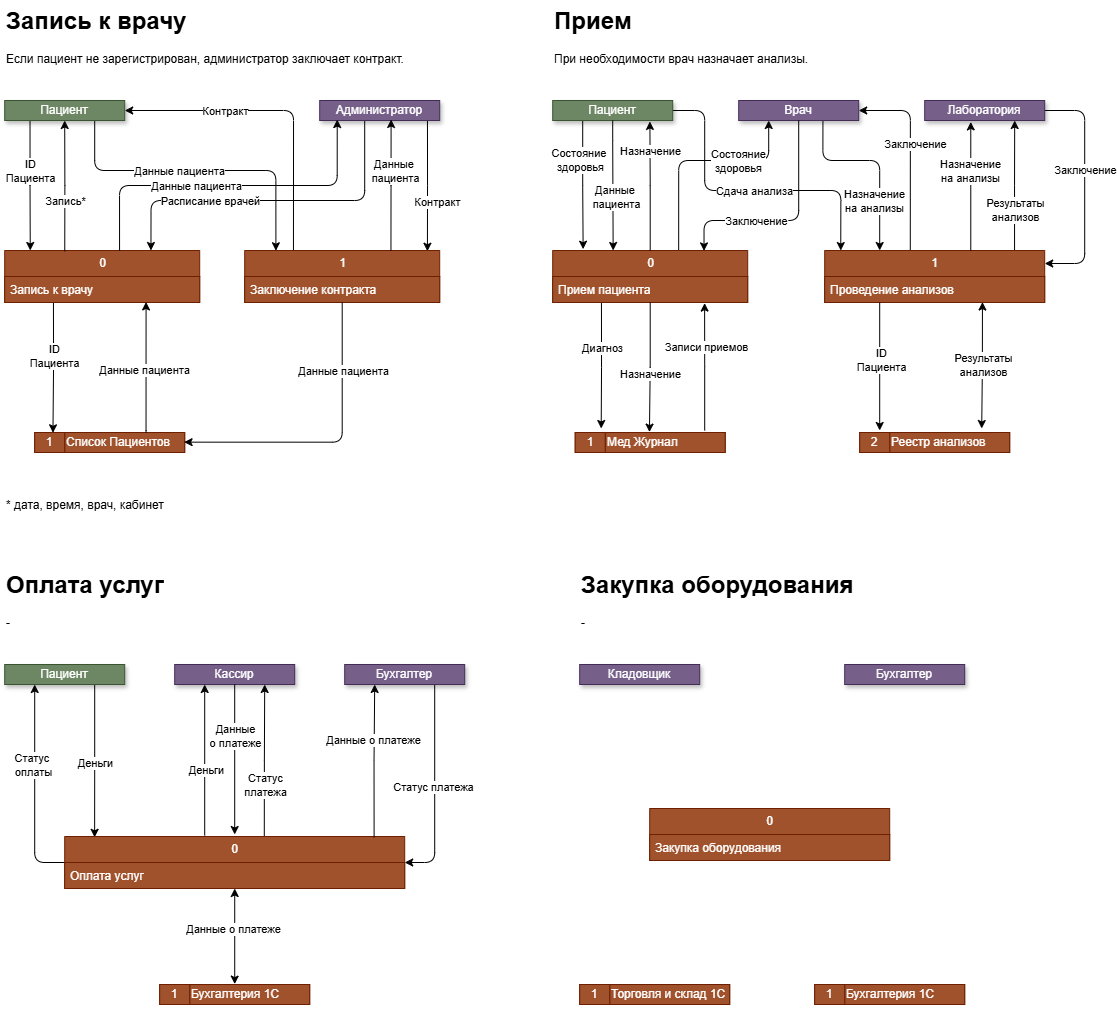
Before: Task1/Flow1.drawio.png, a diagram exported from draw.io (Alteracia/practicum_medikamente). Source tidied: cells renumbered, new cells last; positions are measured from the earlier drawing's top-left corner, leaving out a move shared by most shapes.
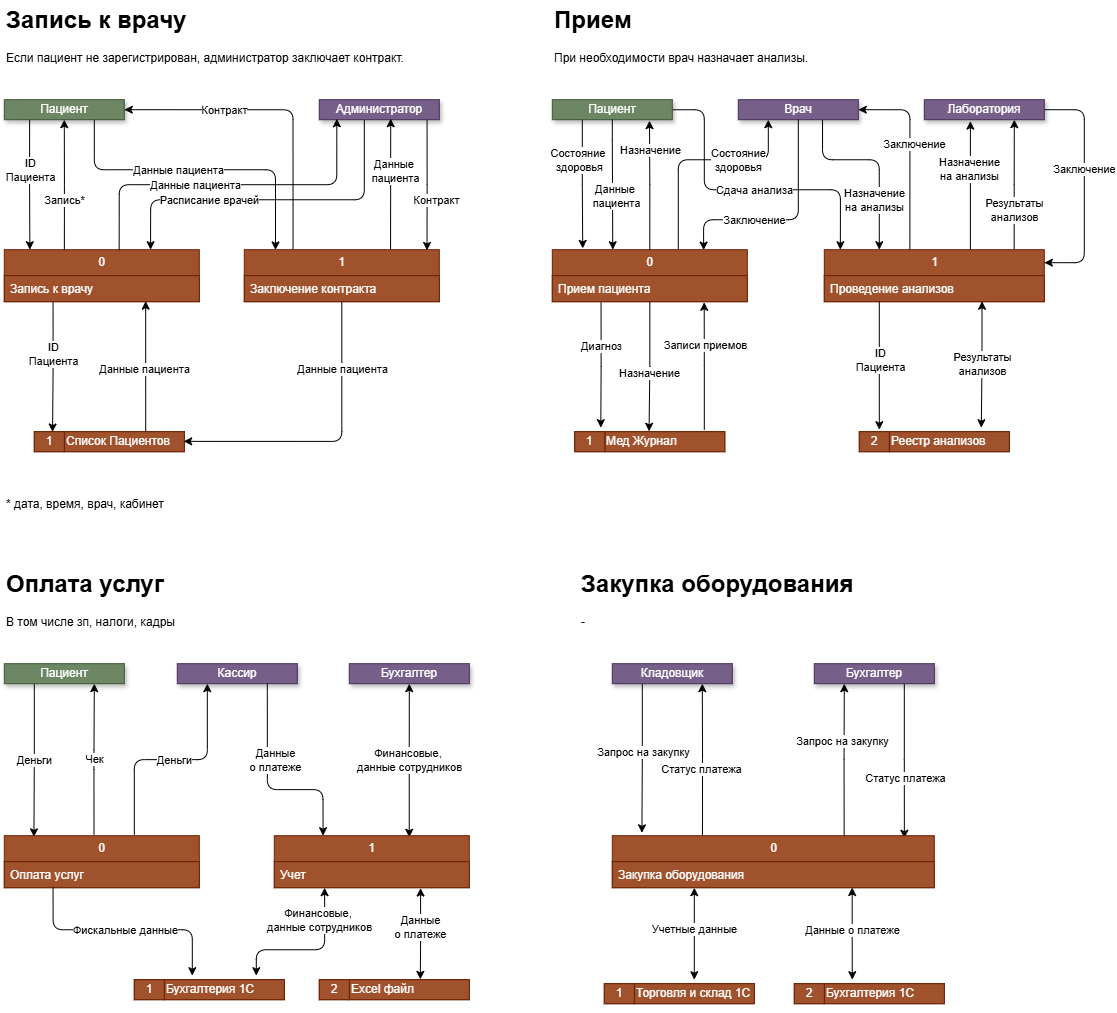
The same file after the commit.

The edit, as a diff of the source:
```diff
@@ -2,23 +2,37 @@
   <root>
     <mxCell id="0" />
     <mxCell id="1" parent="0" />
+    <mxCell id="117" style="edgeStyle=orthogonalEdgeStyle;rounded=0;jettySize=auto;html=1;exitX=0.75;exitY=1;exitDx=0;exitDy=0;entryX=0.907;entryY=0.049;entryDx=0;entryDy=0;entryPerimeter=0;" parent="1" edge="1" source="2" target="10">
+      <mxGeometry relative="1" as="geometry" />
+    </mxCell>
+    <mxCell id="118" value="Статус платежа" style="edgeLabel;html=1;align=center;verticalAlign=middle;" parent="117" vertex="1">
+      <mxGeometry x="-0.01" relative="1" as="geometry">
+        <mxPoint y="18" as="offset" />
+      </mxGeometry>
+    </mxCell>
     <mxCell id="2" value="Бухгалтер" style="rounded=0;whiteSpace=wrap;html=1;fillColor=#76608a;strokeColor=#432D57;fontColor=#ffffff;shadow=1;" parent="1" vertex="1">
-      <mxGeometry x="840" y="664" width="120" height="20" as="geometry" />
+      <mxGeometry x="810" y="664" width="120" height="20" as="geometry" />
     </mxCell>
+    <mxCell id="119" style="edgeStyle=orthogonalEdgeStyle;rounded=0;jettySize=auto;html=1;entryX=0.092;entryY=-0.055;entryDx=0;entryDy=0;exitX=0.25;exitY=1;exitDx=0;exitDy=0;entryPerimeter=0;" parent="1" edge="1" source="3" target="10">
+      <mxGeometry relative="1" as="geometry" />
+    </mxCell>
+    <mxCell id="120" value="Запрос на закупку" style="edgeLabel;html=1;align=center;verticalAlign=middle;" parent="119" vertex="1">
+      <mxGeometry x="-0.09" y="1" relative="1" as="geometry" />
+    </mxCell>
     <mxCell id="3" value="Кладовщик" style="rounded=0;whiteSpace=wrap;html=1;fillColor=#76608a;strokeColor=#432D57;fontColor=#ffffff;shadow=1;" parent="1" vertex="1">
-      <mxGeometry x="575" y="664" width="120" height="20" as="geometry" />
+      <mxGeometry x="608" y="664" width="120" height="20" as="geometry" />
     </mxCell>
     <mxCell id="4" style="group;fillColor=#a0522d;fontColor=#ffffff;strokeColor=#6D1F00;" parent="1" vertex="1">
-      <mxGeometry x="810" y="984" width="150" height="20" as="geometry" />
+      <mxGeometry x="790" y="984" width="150" height="20" as="geometry" />
     </mxCell>
     <mxCell id="5" value="&lt;p&gt;Бухгалтерия 1С&lt;/p&gt;" style="rounded=0;whiteSpace=wrap;html=1;fillColor=#a0522d;fontColor=#ffffff;strokeColor=#6D1F00;align=left;perimeterSpacing=4;" parent="4" vertex="1">
       <mxGeometry x="30" width="120" height="20" as="geometry" />
     </mxCell>
-    <mxCell id="6" value="1" style="rounded=0;whiteSpace=wrap;html=1;fillColor=#a0522d;fontColor=#ffffff;strokeColor=#6D1F00;" parent="4" vertex="1">
+    <mxCell id="6" value="2" style="rounded=0;whiteSpace=wrap;html=1;fillColor=#a0522d;fontColor=#ffffff;strokeColor=#6D1F00;" parent="4" vertex="1">
       <mxGeometry width="30" height="20" as="geometry" />
     </mxCell>
     <mxCell id="7" style="group;fillColor=#a0522d;fontColor=#ffffff;strokeColor=#6D1F00;" parent="1" vertex="1">
-      <mxGeometry x="575" y="984" width="150" height="20" as="geometry" />
+      <mxGeometry x="600" y="984" width="150" height="20" as="geometry" />
     </mxCell>
     <mxCell id="8" value="&lt;p&gt;Торговля и склад 1С&lt;/p&gt;" style="rounded=0;whiteSpace=wrap;html=1;fillColor=#a0522d;fontColor=#ffffff;strokeColor=#6D1F00;align=left;perimeterSpacing=4;" parent="7" vertex="1">
       <mxGeometry x="30" width="120" height="20" as="geometry" />
@@ -26,11 +40,41 @@
     <mxCell id="9" value="1" style="rounded=0;whiteSpace=wrap;html=1;fillColor=#a0522d;fontColor=#ffffff;strokeColor=#6D1F00;" parent="7" vertex="1">
       <mxGeometry width="30" height="20" as="geometry" />
     </mxCell>
+    <mxCell id="121" style="edgeStyle=orthogonalEdgeStyle;rounded=0;jettySize=auto;html=1;entryX=0.25;entryY=1;entryDx=0;entryDy=0;exitX=0.72;exitY=0.004;exitDx=0;exitDy=0;exitPerimeter=0;" parent="1" edge="1" source="10" target="2">
+      <mxGeometry relative="1" as="geometry" />
+    </mxCell>
+    <mxCell id="122" value="Запрос на закупку" style="edgeLabel;html=1;align=center;verticalAlign=middle;" parent="121" vertex="1">
+      <mxGeometry x="0.1" y="2" relative="1" as="geometry">
+        <mxPoint y="-12" as="offset" />
+      </mxGeometry>
+    </mxCell>
+    <mxCell id="123" style="edgeStyle=orthogonalEdgeStyle;rounded=0;jettySize=auto;html=1;entryX=0.5;entryY=0;entryDx=0;entryDy=0;startArrow=classic;startFill=1;" parent="1" edge="1" target="8">
+      <mxGeometry relative="1" as="geometry">
+        <mxPoint x="690" y="888" as="sourcePoint" />
+      </mxGeometry>
+    </mxCell>
+    <mxCell id="124" value="Учетные данные" style="edgeLabel;html=1;align=center;verticalAlign=middle;" parent="123" vertex="1">
+      <mxGeometry x="-0.1" relative="1" as="geometry" />
+    </mxCell>
+    <mxCell id="125" style="edgeStyle=orthogonalEdgeStyle;rounded=0;jettySize=auto;html=1;exitX=0.745;exitY=0.993;exitDx=0;exitDy=0;entryX=0.25;entryY=0;entryDx=0;entryDy=0;exitPerimeter=0;startArrow=classic;startFill=1;" parent="1" edge="1" source="11" target="5">
+      <mxGeometry relative="1" as="geometry" />
+    </mxCell>
+    <mxCell id="126" value="Данные о платеже" style="edgeLabel;html=1;align=center;verticalAlign=middle;" parent="125" vertex="1">
+      <mxGeometry x="-0.13" relative="1" as="geometry">
+        <mxPoint y="2" as="offset" />
+      </mxGeometry>
+    </mxCell>
+    <mxCell id="127" style="edgeStyle=orthogonalEdgeStyle;rounded=0;jettySize=auto;html=1;exitX=0.28;exitY=-0.01;exitDx=0;exitDy=0;entryX=0.75;entryY=1;entryDx=0;entryDy=0;exitPerimeter=0;" parent="1" edge="1" source="10" target="3">
+      <mxGeometry relative="1" as="geometry" />
+    </mxCell>
+    <mxCell id="128" value="Статус платежа" style="edgeLabel;html=1;align=center;verticalAlign=middle;" parent="127" vertex="1">
+      <mxGeometry x="-0.14" y="2" relative="1" as="geometry" />
+    </mxCell>
     <mxCell id="10" value="0" style="swimlane;fontStyle=0;horizontal=1;startSize=26;fillColor=#a0522d;html=1;rounded=0;fontColor=#ffffff;strokeColor=#6D1F00;glass=0;" parent="1" vertex="1">
-      <mxGeometry x="645" y="808" width="240" height="52" as="geometry" />
+      <mxGeometry x="608" y="836" width="322" height="52" as="geometry" />
     </mxCell>
     <mxCell id="11" value="Закупка оборудования" style="text;strokeColor=#6D1F00;fillColor=#a0522d;align=left;verticalAlign=top;spacingLeft=4;spacingRight=4;overflow=hidden;points=[[0,0.5],[1,0.5]];portConstraint=eastwest;whiteSpace=wrap;html=1;fontColor=#ffffff;" parent="10" vertex="1">
-      <mxGeometry y="26" width="240" height="26" as="geometry" />
+      <mxGeometry y="26" width="322" height="26" as="geometry" />
     </mxCell>
     <mxCell id="12" style="edgeStyle=orthogonalEdgeStyle;rounded=1;jettySize=auto;html=1;exitX=0.702;exitY=1.002;exitDx=0;exitDy=0;entryX=0.25;entryY=0;entryDx=0;entryDy=0;exitPerimeter=0;curved=0;" parent="1" edge="1" source="14" target="55">
       <mxGeometry relative="1" as="geometry">
@@ -374,28 +418,22 @@
         <mxPoint y="11" as="offset" />
       </mxGeometry>
     </mxCell>
-    <mxCell id="91" style="edgeStyle=orthogonalEdgeStyle;rounded=0;jettySize=auto;html=1;entryX=0.088;entryY=0.016;entryDx=0;entryDy=0;entryPerimeter=0;exitX=0.75;exitY=1;exitDx=0;exitDy=0;" parent="1" edge="1" source="93" target="107">
+    <mxCell id="91" style="edgeStyle=orthogonalEdgeStyle;rounded=0;jettySize=auto;html=1;exitX=0.25;exitY=1;exitDx=0;exitDy=0;entryX=0.152;entryY=0.022;entryDx=0;entryDy=0;entryPerimeter=0;" parent="1" edge="1" source="93" target="107">
       <mxGeometry relative="1" as="geometry" />
     </mxCell>
     <mxCell id="92" value="Деньги" style="edgeLabel;html=1;align=center;verticalAlign=middle;" parent="91" vertex="1">
       <mxGeometry x="-0.29" y="1" relative="1" as="geometry">
-        <mxPoint x="-1" y="25" as="offset" />
+        <mxPoint x="-1" y="22" as="offset" />
       </mxGeometry>
     </mxCell>
     <mxCell id="93" value="Пациент" style="rounded=0;whiteSpace=wrap;html=1;fillColor=#6d8764;fontColor=#ffffff;strokeColor=#3A5431;shadow=1;" parent="1" vertex="1">
       <mxGeometry y="664" width="120" height="20" as="geometry" />
     </mxCell>
-    <mxCell id="94" style="edgeStyle=orthogonalEdgeStyle;rounded=1;jettySize=auto;html=1;entryX=1;entryY=0.5;entryDx=0;entryDy=0;exitX=0.75;exitY=1;exitDx=0;exitDy=0;curved=0;" parent="1" edge="1" source="96" target="107">
-      <mxGeometry relative="1" as="geometry" />
-    </mxCell>
-    <mxCell id="95" value="Статус платежа" style="edgeLabel;html=1;align=center;verticalAlign=middle;" parent="94" vertex="1">
-      <mxGeometry x="-0.02" y="-2" relative="1" as="geometry" />
-    </mxCell>
     <mxCell id="96" value="Бухгалтер" style="rounded=0;whiteSpace=wrap;html=1;fillColor=#76608a;strokeColor=#432D57;fontColor=#ffffff;shadow=1;" parent="1" vertex="1">
-      <mxGeometry x="340" y="664" width="120" height="20" as="geometry" />
+      <mxGeometry x="345" y="664" width="120" height="20" as="geometry" />
     </mxCell>
     <mxCell id="97" style="group;fillColor=#a0522d;fontColor=#ffffff;strokeColor=#6D1F00;" parent="1" vertex="1">
-      <mxGeometry x="155" y="984" width="150" height="20" as="geometry" />
+      <mxGeometry x="130" y="980" width="150" height="20" as="geometry" />
     </mxCell>
     <mxCell id="98" value="&lt;p&gt;Бухгалтерия 1С&lt;/p&gt;" style="rounded=0;whiteSpace=wrap;html=1;fillColor=#a0522d;fontColor=#ffffff;strokeColor=#6D1F00;align=left;perimeterSpacing=4;" parent="97" vertex="1">
       <mxGeometry x="30" width="120" height="20" as="geometry" />
@@ -404,71 +442,109 @@
       <mxGeometry width="30" height="20" as="geometry" />
     </mxCell>
     <mxCell id="100" value="Кассир" style="rounded=0;whiteSpace=wrap;html=1;fillColor=#76608a;strokeColor=#432D57;fontColor=#ffffff;shadow=1;" parent="1" vertex="1">
-      <mxGeometry x="170" y="664" width="120" height="20" as="geometry" />
+      <mxGeometry x="173" y="664" width="120" height="20" as="geometry" />
     </mxCell>
-    <mxCell id="101" style="edgeStyle=orthogonalEdgeStyle;rounded=0;jettySize=auto;html=1;entryX=0.25;entryY=1;entryDx=0;entryDy=0;" parent="1" edge="1" target="100">
+    <mxCell id="101" style="edgeStyle=orthogonalEdgeStyle;rounded=1;jettySize=auto;html=1;entryX=0.25;entryY=1;entryDx=0;entryDy=0;curved=0;" parent="1" edge="1" target="100">
       <mxGeometry relative="1" as="geometry">
-        <mxPoint x="200" y="835" as="sourcePoint" />
+        <mxPoint x="130" y="835" as="sourcePoint" />
         <Array as="points">
-          <mxPoint x="200" y="835" />
-          <mxPoint x="200" y="684" />
+          <mxPoint x="130" y="760" />
+          <mxPoint x="203" y="760" />
         </Array>
       </mxGeometry>
     </mxCell>
     <mxCell id="102" value="Деньги" style="edgeLabel;html=1;align=center;verticalAlign=middle;" parent="101" vertex="1">
       <mxGeometry x="0.07" y="1" relative="1" as="geometry">
-        <mxPoint x="2" y="16" as="offset" />
+        <mxPoint x="-5" y="1" as="offset" />
       </mxGeometry>
     </mxCell>
-    <mxCell id="103" style="edgeStyle=orthogonalEdgeStyle;rounded=1;jettySize=auto;html=1;entryX=0.25;entryY=1;entryDx=0;entryDy=0;exitX=0;exitY=0.5;exitDx=0;exitDy=0;curved=0;" parent="1" edge="1" source="107" target="93">
+    <mxCell id="103" style="edgeStyle=orthogonalEdgeStyle;rounded=1;jettySize=auto;html=1;entryX=0.75;entryY=1;entryDx=0;entryDy=0;exitX=0.46;exitY=-0.024;exitDx=0;exitDy=0;curved=0;exitPerimeter=0;" parent="1" edge="1" source="107" target="93">
       <mxGeometry relative="1" as="geometry" />
     </mxCell>
-    <mxCell id="104" value="Статус&amp;nbsp;&lt;div&gt;оплаты&lt;/div&gt;" style="edgeLabel;html=1;align=center;verticalAlign=middle;" parent="103" vertex="1">
+    <mxCell id="104" value="Чек" style="edgeLabel;html=1;align=center;verticalAlign=middle;" parent="103" vertex="1">
       <mxGeometry x="0.1" y="2" relative="1" as="geometry">
-        <mxPoint y="-13" as="offset" />
+        <mxPoint x="2" y="8" as="offset" />
       </mxGeometry>
     </mxCell>
-    <mxCell id="105" style="edgeStyle=orthogonalEdgeStyle;rounded=0;jettySize=auto;html=1;entryX=0.75;entryY=1;entryDx=0;entryDy=0;exitX=0.587;exitY=0.016;exitDx=0;exitDy=0;exitPerimeter=0;" parent="1" edge="1" source="107" target="100">
-      <mxGeometry relative="1" as="geometry" />
-    </mxCell>
-    <mxCell id="106" value="Статус&lt;br&gt;платежа" style="edgeLabel;html=1;align=center;verticalAlign=middle;" parent="105" vertex="1">
-      <mxGeometry x="-0.2" relative="1" as="geometry">
-        <mxPoint y="9" as="offset" />
-      </mxGeometry>
-    </mxCell>
+    <mxCell id="129" style="edgeStyle=orthogonalEdgeStyle;rounded=0;jettySize=auto;html=1;entryX=0.586;entryY=0.131;entryDx=0;entryDy=0;entryPerimeter=0;exitX=0.75;exitY=1.013;exitDx=0;exitDy=0;startArrow=classic;startFill=1;exitPerimeter=0;" parent="1" edge="1" source="135" target="132">
+      <mxGeometry relative="1" as="geometry" />
+    </mxCell>
+    <mxCell id="130" value="Данные&lt;br&gt;о платеже" style="edgeLabel;html=1;align=center;verticalAlign=middle;" parent="129" vertex="1">
+      <mxGeometry x="-0.15" y="-1" relative="1" as="geometry" />
+    </mxCell>
     <mxCell id="107" value="0" style="swimlane;fontStyle=0;horizontal=1;startSize=26;fillColor=#a0522d;html=1;rounded=0;fontColor=#ffffff;strokeColor=#6D1F00;glass=0;" parent="1" vertex="1">
-      <mxGeometry x="60" y="836" width="340" height="52" as="geometry" />
+      <mxGeometry y="836" width="195" height="52" as="geometry" />
     </mxCell>
     <mxCell id="108" value="Оплата услуг" style="text;strokeColor=#6D1F00;fillColor=#a0522d;align=left;verticalAlign=top;spacingLeft=4;spacingRight=4;overflow=hidden;whiteSpace=wrap;html=1;fontColor=#ffffff;" parent="107" vertex="1">
-      <mxGeometry y="26" width="340" height="26" as="geometry" />
+      <mxGeometry y="26" width="195" height="26" as="geometry" />
     </mxCell>
-    <mxCell id="109" style="edgeStyle=orthogonalEdgeStyle;rounded=0;jettySize=auto;html=1;exitX=0.5;exitY=1;exitDx=0;exitDy=0;" parent="1" edge="1" source="100">
+    <mxCell id="109" style="edgeStyle=orthogonalEdgeStyle;rounded=1;jettySize=auto;html=1;exitX=0.75;exitY=1;exitDx=0;exitDy=0;entryX=0.25;entryY=0;entryDx=0;entryDy=0;curved=0;" parent="1" edge="1" source="100" target="134">
       <mxGeometry relative="1" as="geometry">
-        <mxPoint x="230" y="834" as="targetPoint" />
+        <Array as="points">
+          <mxPoint x="263" y="790" />
+          <mxPoint x="318.8" y="790" />
+        </Array>
       </mxGeometry>
     </mxCell>
     <mxCell id="110" value="Данные &lt;br&gt;о платеже" style="edgeLabel;html=1;align=center;verticalAlign=middle;" parent="109" vertex="1">
       <mxGeometry x="0.23" y="-1" relative="1" as="geometry">
-        <mxPoint x="1" y="-42" as="offset" />
+        <mxPoint x="-15" y="-31" as="offset" />
       </mxGeometry>
     </mxCell>
-    <mxCell id="111" style="edgeStyle=orthogonalEdgeStyle;rounded=0;jettySize=auto;html=1;entryX=0.383;entryY=0.128;entryDx=0;entryDy=0;entryPerimeter=0;startArrow=classic;startFill=1;" parent="1" edge="1" source="107" target="98">
-      <mxGeometry relative="1" as="geometry" />
+    <mxCell id="111" style="edgeStyle=orthogonalEdgeStyle;rounded=1;jettySize=auto;html=1;entryX=0.25;entryY=0;entryDx=0;entryDy=0;startArrow=none;startFill=0;exitX=0.25;exitY=1;exitDx=0;exitDy=0;curved=0;" parent="1" edge="1" source="107" target="98">
+      <mxGeometry relative="1" as="geometry">
+        <Array as="points">
+          <mxPoint x="48.8" y="930" />
+          <mxPoint x="188" y="930" />
+        </Array>
+      </mxGeometry>
     </mxCell>
-    <mxCell id="112" value="Данные о платеже" style="edgeLabel;html=1;align=center;verticalAlign=middle;" parent="111" vertex="1">
-      <mxGeometry x="-0.16" y="-2" relative="1" as="geometry" />
+    <mxCell id="112" value="Фискальные данные" style="edgeLabel;html=1;align=center;verticalAlign=middle;" parent="111" vertex="1">
+      <mxGeometry x="-0.16" y="-2" relative="1" as="geometry">
+        <mxPoint x="17" y="-2" as="offset" />
+      </mxGeometry>
     </mxCell>
-    <mxCell id="113" style="edgeStyle=orthogonalEdgeStyle;rounded=0;jettySize=auto;html=1;entryX=0.25;entryY=1;entryDx=0;entryDy=0;exitX=0.91;exitY=0.016;exitDx=0;exitDy=0;exitPerimeter=0;" parent="1" edge="1" source="107" target="96">
+    <mxCell id="113" style="edgeStyle=orthogonalEdgeStyle;rounded=0;jettySize=auto;html=1;entryX=0.5;entryY=1;entryDx=0;entryDy=0;exitX=0.692;exitY=0.031;exitDx=0;exitDy=0;exitPerimeter=0;startArrow=classic;startFill=1;" parent="1" edge="1" source="134" target="96">
       <mxGeometry relative="1" as="geometry" />
     </mxCell>
-    <mxCell id="114" value="Данные о платеже" style="edgeLabel;html=1;align=center;verticalAlign=middle;" parent="113" vertex="1">
-      <mxGeometry x="0.27" y="2" relative="1" as="geometry" />
+    <mxCell id="114" value="Финансовые,&amp;nbsp;&lt;div&gt;данные сотрудников&lt;/div&gt;" style="edgeLabel;html=1;align=center;verticalAlign=middle;" parent="113" vertex="1">
+      <mxGeometry x="0.27" y="2" relative="1" as="geometry">
+        <mxPoint x="2" y="20" as="offset" />
+      </mxGeometry>
     </mxCell>
-    <mxCell id="115" value="&lt;h1 style=&quot;margin-top: 0px;&quot;&gt;Оплата услуг&lt;/h1&gt;&lt;p&gt;-&lt;/p&gt;" style="text;html=1;whiteSpace=wrap;overflow=hidden;rounded=0;" parent="1" vertex="1">
+    <mxCell id="115" value="&lt;h1 style=&quot;margin-top: 0px;&quot;&gt;Оплата услуг&lt;/h1&gt;&lt;p&gt;В том числе зп, налоги, кадры&lt;/p&gt;" style="text;html=1;whiteSpace=wrap;overflow=hidden;rounded=0;" parent="1" vertex="1">
       <mxGeometry y="564" width="435" height="90" as="geometry" />
     </mxCell>
     <mxCell id="116" value="&lt;h1 style=&quot;margin-top: 0px;&quot;&gt;Закупка оборудования&lt;/h1&gt;&lt;p&gt;-&lt;/p&gt;" style="text;html=1;whiteSpace=wrap;overflow=hidden;rounded=0;" parent="1" vertex="1">
       <mxGeometry x="575" y="564" width="435" height="90" as="geometry" />
     </mxCell>
+    <mxCell id="131" style="group;fillColor=#a0522d;fontColor=#ffffff;strokeColor=#6D1F00;" parent="1" vertex="1">
+      <mxGeometry x="315" y="980" width="150" height="20" as="geometry" />
+    </mxCell>
+    <mxCell id="132" value="&lt;p&gt;Excel файл&lt;/p&gt;" style="rounded=0;whiteSpace=wrap;html=1;fillColor=#a0522d;fontColor=#ffffff;strokeColor=#6D1F00;align=left;perimeterSpacing=4;" parent="131" vertex="1">
+      <mxGeometry x="30" width="120" height="20" as="geometry" />
+    </mxCell>
+    <mxCell id="133" value="2" style="rounded=0;whiteSpace=wrap;html=1;fillColor=#a0522d;fontColor=#ffffff;strokeColor=#6D1F00;" parent="131" vertex="1">
+      <mxGeometry width="30" height="20" as="geometry" />
+    </mxCell>
+    <mxCell id="134" value="1" style="swimlane;fontStyle=0;horizontal=1;startSize=26;fillColor=#a0522d;html=1;rounded=0;fontColor=#ffffff;strokeColor=#6D1F00;glass=0;" parent="1" vertex="1">
+      <mxGeometry x="270" y="836" width="195" height="52" as="geometry" />
+    </mxCell>
+    <mxCell id="135" value="Учет" style="text;strokeColor=#6D1F00;fillColor=#a0522d;align=left;verticalAlign=top;spacingLeft=4;spacingRight=4;overflow=hidden;points=[[0,0.5],[1,0.5]];portConstraint=eastwest;whiteSpace=wrap;html=1;fontColor=#ffffff;" parent="134" vertex="1">
+      <mxGeometry y="26" width="195" height="26" as="geometry" />
+    </mxCell>
+    <mxCell id="136" style="edgeStyle=orthogonalEdgeStyle;rounded=1;jettySize=auto;html=1;entryX=0.258;entryY=1;entryDx=0;entryDy=0;entryPerimeter=0;exitX=0.75;exitY=0;exitDx=0;exitDy=0;startArrow=classic;startFill=1;curved=0;" parent="1" edge="1" source="98" target="135">
+      <mxGeometry relative="1" as="geometry">
+        <Array as="points">
+          <mxPoint x="252" y="950" />
+          <mxPoint x="320.3" y="950" />
+        </Array>
+      </mxGeometry>
+    </mxCell>
+    <mxCell id="137" value="Финансовые,&amp;nbsp;&lt;div&gt;данные сотрудников&lt;/div&gt;" style="edgeLabel;html=1;align=center;verticalAlign=middle;" parent="136" vertex="1">
+      <mxGeometry x="0.07" relative="1" as="geometry">
+        <mxPoint x="5" y="-30" as="offset" />
+      </mxGeometry>
+    </mxCell>
   </root>
 </mxGraphModel>
```
